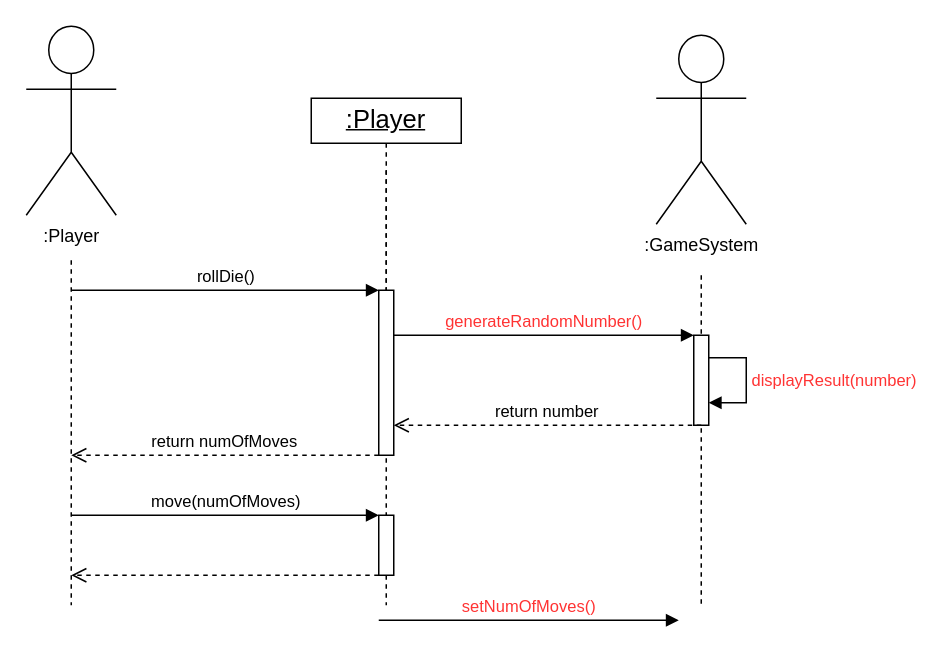
Earlier version of the draw.io diagram page "Move Player" (2 of 5) of Deliverables/Semester 1/PDF Report/Diagrams/Sequence Diagrams/Peter's Sequence diagrams.drawio (Xelodico/engineers-without-borders). Source tidied: cells renumbered, new cells numbered last; positions are measured from the earlier drawing's top-left corner, leaving out a move shared by most shapes. Both pictures are drawn from the tidied source at 150%, with x=0, y=0 at pixel (26, 26).
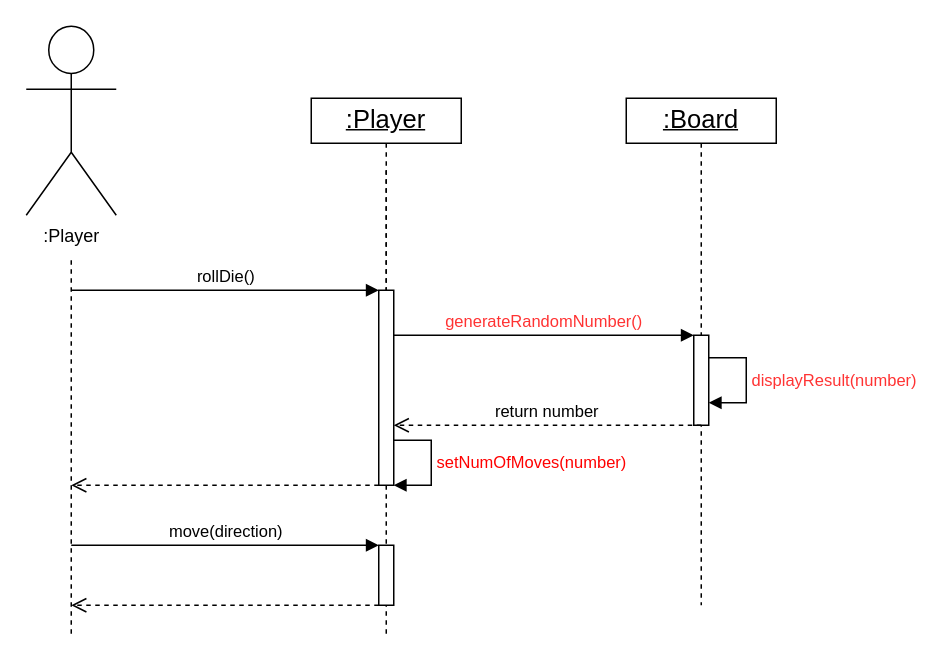
The same diagram, later.

Change to the diagram source:
```diff
@@
     <mxCell id="2" style="edgeStyle=orthogonalEdgeStyle;rounded=0;orthogonalLoop=1;jettySize=auto;html=1;dashed=1;endArrow=none;endFill=0;" parent="1" edge="1">
       <mxGeometry relative="1" as="geometry">
         <mxPoint x="30" y="156" as="sourcePoint" />
-        <mxPoint x="30" y="386" as="targetPoint" />
+        <mxPoint x="30" y="406" as="targetPoint" />
       </mxGeometry>
     </mxCell>
@@
     <mxCell id="6" style="edgeStyle=orthogonalEdgeStyle;rounded=0;orthogonalLoop=1;jettySize=auto;html=1;dashed=1;endArrow=none;endFill=0;exitX=0.5;exitY=1;exitDx=0;exitDy=0;" parent="1" edge="1">
       <mxGeometry relative="1" as="geometry">
         <mxPoint x="240" y="96" as="sourcePoint" />
-        <mxPoint x="240" y="386" as="targetPoint" />
+        <mxPoint x="240" y="406" as="targetPoint" />
         <Array as="points">
           <mxPoint x="240" y="386" />
         </Array>
       </mxGeometry>
     </mxCell>
-    <mxCell id="7" value="return numOfMoves" style="html=1;verticalAlign=bottom;endArrow=open;dashed=1;endSize=8;curved=0;rounded=0;" parent="1" edge="1">
+    <mxCell id="7" style="html=1;verticalAlign=bottom;endArrow=open;dashed=1;endSize=8;curved=0;rounded=0;" parent="1" edge="1">
       <mxGeometry relative="1" as="geometry">
-        <mxPoint x="235" y="286" as="sourcePoint" />
-        <mxPoint x="30" y="286" as="targetPoint" />
+        <mxPoint x="235" y="306" as="sourcePoint" />
+        <mxPoint x="30" y="306" as="targetPoint" />
       </mxGeometry>
     </mxCell>
@@
     <mxCell id="9" style="html=1;points=[[0,0,0,0,5],[0,1,0,0,-5],[1,0,0,0,5],[1,1,0,0,-5]];perimeter=orthogonalPerimeter;outlineConnect=0;targetShapes=umlLifeline;portConstraint=eastwest;newEdgeStyle={&quot;curved&quot;:0,&quot;rounded&quot;:0};" parent="1" vertex="1">
-      <mxGeometry x="235" y="176" width="10" height="110" as="geometry" />
+      <mxGeometry x="235" y="176" width="10" height="130" as="geometry" />
     </mxCell>
-    <mxCell id="10" value=":GameSystem" style="shape=umlActor;verticalLabelPosition=bottom;verticalAlign=top;html=1;" parent="1" vertex="1">
-      <mxGeometry x="420" y="6" width="60" height="126" as="geometry" />
-    </mxCell>
-    <mxCell id="11" style="edgeStyle=orthogonalEdgeStyle;rounded=0;orthogonalLoop=1;jettySize=auto;html=1;dashed=1;endArrow=none;endFill=0;" parent="1" edge="1">
+    <mxCell id="11" style="edgeStyle=orthogonalEdgeStyle;rounded=0;jettySize=auto;html=1;dashed=1;endArrow=none;endFill=0;exitX=0.5;exitY=1;exitDx=0;exitDy=0;" parent="1" edge="1" source="21">
       <mxGeometry relative="1" as="geometry">
-        <mxPoint x="450" y="166" as="sourcePoint" />
         <mxPoint x="450" y="386" as="targetPoint" />
       </mxGeometry>
     </mxCell>
@@
-    <mxCell id="16" value="move(numOfMoves)" style="html=1;verticalAlign=bottom;endArrow=block;curved=0;rounded=0;" parent="1" edge="1">
+    <mxCell id="16" value="move(direction)" style="html=1;verticalAlign=bottom;endArrow=block;curved=0;rounded=0;" parent="1" edge="1">
       <mxGeometry relative="1" as="geometry">
-        <mxPoint x="30" y="326" as="sourcePoint" />
-        <mxPoint x="235" y="326" as="targetPoint" />
+        <mxPoint x="30" y="346" as="sourcePoint" />
+        <mxPoint x="235" y="346" as="targetPoint" />
       </mxGeometry>
     </mxCell>
     <mxCell id="17" style="html=1;perimeter=orthogonalPerimeter;targetShapes=umlLifeline;newEdgeStyle={&quot;curved&quot;:0,&quot;rounded&quot;:0};" parent="1" vertex="1">
-      <mxGeometry x="235" y="326" width="10" height="40" as="geometry" />
+      <mxGeometry x="235" y="346" width="10" height="40" as="geometry" />
     </mxCell>
     <mxCell id="18" style="html=1;verticalAlign=bottom;endArrow=open;dashed=1;endSize=8;curved=0;rounded=0;" parent="1" edge="1">
       <mxGeometry relative="1" as="geometry">
-        <mxPoint x="235" y="366" as="sourcePoint" />
-        <mxPoint x="30" y="366" as="targetPoint" />
+        <mxPoint x="235" y="386" as="sourcePoint" />
+        <mxPoint x="30" y="386" as="targetPoint" />
       </mxGeometry>
     </mxCell>
-    <mxCell id="19" value="&lt;font color=&quot;#ff3333&quot;&gt;setNumOfMoves()&lt;/font&gt;" style="html=1;verticalAlign=bottom;endArrow=block;curved=0;rounded=0;" parent="1" edge="1">
-      <mxGeometry relative="1" as="geometry">
-        <mxPoint x="235" y="396" as="sourcePoint" />
-        <mxPoint x="435" y="396" as="targetPoint" />
-      </mxGeometry>
-    </mxCell>
+    <mxCell id="20" value="setNumOfMoves(number)" style="html=1;align=left;spacingLeft=2;endArrow=block;rounded=0;edgeStyle=orthogonalEdgeStyle;curved=0;rounded=0;fontColor=#FF0000;" parent="1" edge="1">
+      <mxGeometry relative="1" as="geometry">
+        <mxPoint x="245" y="276" as="sourcePoint" />
+        <mxPoint x="245" y="306" as="targetPoint" />
+        <Array as="points">
+          <mxPoint x="270" y="306" />
+        </Array>
+      </mxGeometry>
+    </mxCell>
+    <mxCell id="21" value=":Board" style="html=1;whiteSpace=wrap;fontStyle=4;fontSize=17;horizontal=1;" parent="1" vertex="1">
+      <mxGeometry x="400" y="48" width="100" height="30" as="geometry" />
+    </mxCell>
```
